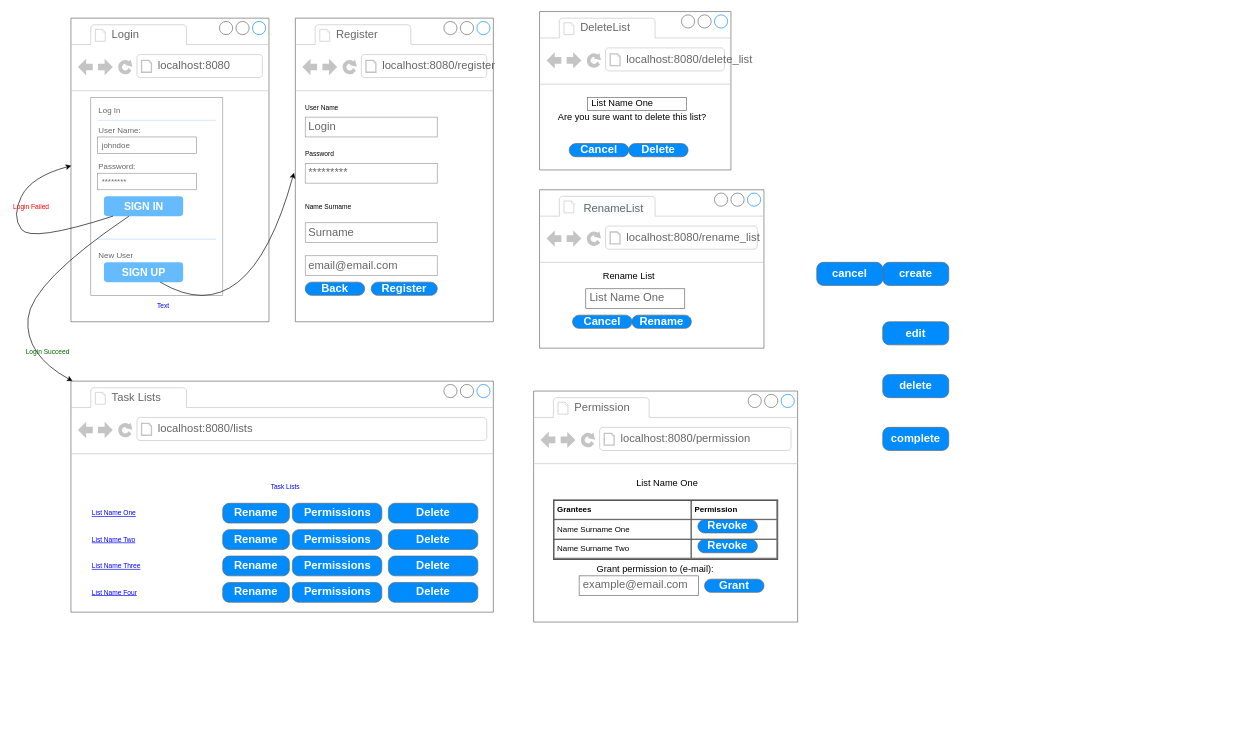
Earlier version of the draw.io diagram doAppScreens.drawio (irinakravcova/doApp). Source tidied: cells renumbered, new cells numbered last; positions are measured from the earlier drawing's top-left corner, leaving out a move shared by most shapes. Both pictures are drawn from the tidied source at 66%, with x=0, y=0 at pixel (11, 11).
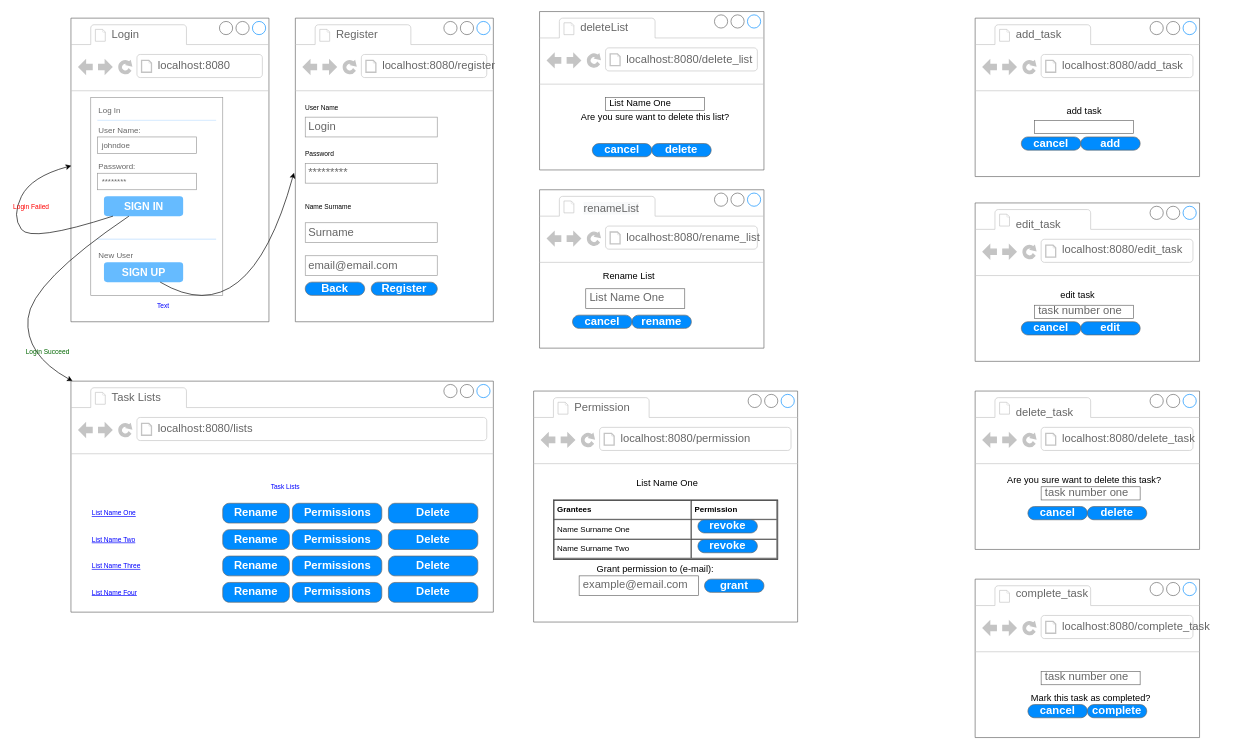
The same page after the edit.

Commit message:
Added more mockup forms: lists and tasks(options)

Unchanged cells that the change refers to:
```xml
<mxCell id="65" style="strokeWidth=1;shadow=0;dashed=0;align=center;html=1;shape=mxgraph.mockup.containers.browserWindow;rSize=0;strokeColor=#666666;strokeColor2=#008cff;strokeColor3=#c4c4c4;mainText=,;fontSize=14;" parent="1" vertex="1">
  <mxGeometry x="800" y="270" width="340" height="240" as="geometry" />
</mxCell>
<mxCell id="74" style="strokeWidth=1;shadow=0;dashed=0;align=center;html=1;shape=mxgraph.mockup.containers.browserWindow;rSize=0;strokeColor=#666666;strokeColor2=#008cff;strokeColor3=#c4c4c4;mainText=,;fontSize=14;" parent="1" vertex="1">
  <mxGeometry x="791" y="575" width="400" height="350" as="geometry" />
</mxCell>
```

Change to the diagram source:
```diff
@@
+    <mxCell id="89" style="strokeWidth=1;shadow=0;dashed=0;align=center;html=1;shape=mxgraph.mockup.containers.browserWindow;rSize=0;strokeColor=#666666;strokeColor2=#008cff;strokeColor3=#c4c4c4;mainText=,;fontSize=14;" parent="1" vertex="1">
+      <mxGeometry x="1460" y="860" width="340" height="240" as="geometry" />
+    </mxCell>
@@
     <mxCell id="57" style="strokeWidth=1;shadow=0;dashed=0;align=center;html=1;shape=mxgraph.mockup.containers.browserWindow;rSize=0;strokeColor=#666666;strokeColor2=#008cff;strokeColor3=#c4c4c4;mainText=,;fontSize=14;" parent="1" vertex="1">
-      <mxGeometry x="800" width="290" height="240" as="geometry" />
+      <mxGeometry x="800" width="340" height="240" as="geometry" />
     </mxCell>
-    <mxCell id="58" value="DeleteList" style="strokeWidth=1;shadow=0;dashed=0;align=center;html=1;shape=mxgraph.mockup.containers.anchor;fontSize=17;fontColor=#666666;align=left;" parent="57" vertex="1">
+    <mxCell id="58" value="deleteList" style="strokeWidth=1;shadow=0;dashed=0;align=center;html=1;shape=mxgraph.mockup.containers.anchor;fontSize=17;fontColor=#666666;align=left;" parent="57" vertex="1">
       <mxGeometry x="60" y="12" width="110" height="26" as="geometry" />
     </mxCell>
@@
     <mxCell id="60" style="group;" parent="57" vertex="1">
-      <mxGeometry x="35" y="150" width="225" height="70" as="geometry" />
+      <mxGeometry x="70" y="150" width="225" height="70" as="geometry" />
     </mxCell>
@@
-    <mxCell id="62" value="Cancel" style="strokeWidth=1;shadow=0;dashed=0;align=center;html=1;shape=mxgraph.mockup.buttons.button;strokeColor=#666666;fontColor=#ffffff;mainText=;buttonStyle=round;fontSize=17;fontStyle=1;fillColor=#008cff;whiteSpace=wrap;" parent="60" vertex="1">
+    <mxCell id="62" value="cancel" style="strokeWidth=1;shadow=0;dashed=0;align=center;html=1;shape=mxgraph.mockup.buttons.button;strokeColor=#666666;fontColor=#ffffff;mainText=;buttonStyle=round;fontSize=17;fontStyle=1;fillColor=#008cff;whiteSpace=wrap;" parent="60" vertex="1">
       <mxGeometry x="10" y="50" width="90" height="20" as="geometry" />
     </mxCell>
-    <mxCell id="63" value="Delete" style="strokeWidth=1;shadow=0;dashed=0;align=center;html=1;shape=mxgraph.mockup.buttons.button;strokeColor=#666666;fontColor=#ffffff;mainText=;buttonStyle=round;fontSize=17;fontStyle=1;fillColor=#008cff;whiteSpace=wrap;" parent="60" vertex="1">
+    <mxCell id="63" value="delete" style="strokeWidth=1;shadow=0;dashed=0;align=center;html=1;shape=mxgraph.mockup.buttons.button;strokeColor=#666666;fontColor=#ffffff;mainText=;buttonStyle=round;fontSize=17;fontStyle=1;fillColor=#008cff;whiteSpace=wrap;" parent="60" vertex="1">
       <mxGeometry x="100" y="50" width="90" height="20" as="geometry" />
     </mxCell>
     <mxCell id="64" value="&lt;span style=&quot;color: rgb(0 , 0 , 0) ; font-size: 14px ; text-align: center&quot;&gt;List Name One&lt;/span&gt;" style="strokeWidth=1;shadow=0;dashed=0;align=center;html=1;shape=mxgraph.mockup.text.textBox;fontColor=#666666;align=left;fontSize=17;spacingLeft=4;spacingTop=-3;strokeColor=#666666;mainText=;" parent="57" vertex="1">
-      <mxGeometry x="72.5" y="130" width="150" height="20" as="geometry" />
+      <mxGeometry x="100" y="130" width="150" height="20" as="geometry" />
     </mxCell>
@@
-    <mxCell id="68" style="group;" parent="65" vertex="1">
-      <mxGeometry x="50" y="120" width="180" height="90" as="geometry" />
-    </mxCell>
+    <mxCell id="73" value="&lt;span style=&quot;color: rgb(102 , 102 , 102) ; font-family: &amp;#34;helvetica&amp;#34; ; font-size: 17px ; font-style: normal ; font-weight: 400 ; letter-spacing: normal ; text-align: left ; text-indent: 0px ; text-transform: none ; word-spacing: 0px ; background-color: rgb(248 , 249 , 250) ; display: inline ; float: none&quot;&gt;renameList&lt;/span&gt;" style="text;whiteSpace=wrap;html=1;fontSize=14;" parent="65" vertex="1">
+      <mxGeometry x="65" y="12" width="100" height="30" as="geometry" />
+    </mxCell>
-    <mxCell id="69" value="Rename List" style="text;html=1;align=center;verticalAlign=middle;fillColor=none;strokeColor=none;rounded=0;fontSize=14;" parent="68" vertex="1">
-      <mxGeometry x="40" width="90" height="20" as="geometry" />
+    <mxCell id="69" value="Rename List" style="text;html=1;align=center;verticalAlign=middle;fillColor=none;strokeColor=none;rounded=0;fontSize=14;" parent="65" vertex="1">
+      <mxGeometry x="90" y="120" width="90" height="20" as="geometry" />
     </mxCell>
-    <mxCell id="70" value="Rename" style="strokeWidth=1;shadow=0;dashed=0;align=center;html=1;shape=mxgraph.mockup.buttons.button;strokeColor=#666666;fontColor=#ffffff;mainText=;buttonStyle=round;fontSize=17;fontStyle=1;fillColor=#008cff;whiteSpace=wrap;" parent="68" vertex="1">
-      <mxGeometry x="90" y="70" width="90" height="20" as="geometry" />
+    <mxCell id="70" value="rename" style="strokeWidth=1;shadow=0;dashed=0;align=center;html=1;shape=mxgraph.mockup.buttons.button;strokeColor=#666666;fontColor=#ffffff;mainText=;buttonStyle=round;fontSize=17;fontStyle=1;fillColor=#008cff;whiteSpace=wrap;" parent="65" vertex="1">
+      <mxGeometry x="140" y="190" width="90" height="20" as="geometry" />
     </mxCell>
-    <mxCell id="71" value="Cancel" style="strokeWidth=1;shadow=0;dashed=0;align=center;html=1;shape=mxgraph.mockup.buttons.button;strokeColor=#666666;fontColor=#ffffff;mainText=;buttonStyle=round;fontSize=17;fontStyle=1;fillColor=#008cff;whiteSpace=wrap;" parent="68" vertex="1">
-      <mxGeometry y="70" width="90" height="20" as="geometry" />
-    </mxCell>
-    <mxCell id="72" value="List Name One" style="strokeWidth=1;shadow=0;dashed=0;align=center;html=1;shape=mxgraph.mockup.text.textBox;fontColor=#666666;align=left;fontSize=17;spacingLeft=4;spacingTop=-3;strokeColor=#666666;mainText=;" parent="68" vertex="1">
-      <mxGeometry x="20" y="30" width="150" height="30" as="geometry" />
+    <mxCell id="72" value="List Name One" style="strokeWidth=1;shadow=0;dashed=0;align=center;html=1;shape=mxgraph.mockup.text.textBox;fontColor=#666666;align=left;fontSize=17;spacingLeft=4;spacingTop=-3;strokeColor=#666666;mainText=;" parent="65" vertex="1">
+      <mxGeometry x="70" y="150" width="150" height="30" as="geometry" />
     </mxCell>
-    <mxCell id="73" value="&lt;span style=&quot;color: rgb(102 , 102 , 102) ; font-family: &amp;#34;helvetica&amp;#34; ; font-size: 17px ; font-style: normal ; font-weight: 400 ; letter-spacing: normal ; text-align: left ; text-indent: 0px ; text-transform: none ; word-spacing: 0px ; background-color: rgb(248 , 249 , 250) ; display: inline ; float: none&quot;&gt;RenameList&lt;/span&gt;" style="text;whiteSpace=wrap;html=1;fontSize=14;" parent="65" vertex="1">
-      <mxGeometry x="65" y="12" width="100" height="30" as="geometry" />
-    </mxCell>
+    <mxCell id="90" value="cancel" style="strokeWidth=1;shadow=0;dashed=0;align=center;html=1;shape=mxgraph.mockup.buttons.button;strokeColor=#666666;fontColor=#ffffff;mainText=;buttonStyle=round;fontSize=17;fontStyle=1;fillColor=#008cff;whiteSpace=wrap;" parent="65" vertex="1">
+      <mxGeometry x="50" y="190" width="90" height="20" as="geometry" />
+    </mxCell>
@@
-    <mxCell id="78" value="Revoke" style="strokeWidth=1;shadow=0;dashed=0;align=center;html=1;shape=mxgraph.mockup.buttons.button;strokeColor=#666666;fontColor=#ffffff;mainText=;buttonStyle=round;fontSize=17;fontStyle=1;fillColor=#008cff;whiteSpace=wrap;" parent="74" vertex="1">
+    <mxCell id="78" value="revoke" style="strokeWidth=1;shadow=0;dashed=0;align=center;html=1;shape=mxgraph.mockup.buttons.button;strokeColor=#666666;fontColor=#ffffff;mainText=;buttonStyle=round;fontSize=17;fontStyle=1;fillColor=#008cff;whiteSpace=wrap;" parent="74" vertex="1">
       <mxGeometry x="249" y="195" width="90" height="20" as="geometry" />
     </mxCell>
-    <mxCell id="79" value="Revoke" style="strokeWidth=1;shadow=0;dashed=0;align=center;html=1;shape=mxgraph.mockup.buttons.button;strokeColor=#666666;fontColor=#ffffff;mainText=;buttonStyle=round;fontSize=17;fontStyle=1;fillColor=#008cff;whiteSpace=wrap;" parent="74" vertex="1">
+    <mxCell id="79" value="revoke" style="strokeWidth=1;shadow=0;dashed=0;align=center;html=1;shape=mxgraph.mockup.buttons.button;strokeColor=#666666;fontColor=#ffffff;mainText=;buttonStyle=round;fontSize=17;fontStyle=1;fillColor=#008cff;whiteSpace=wrap;" parent="74" vertex="1">
       <mxGeometry x="249" y="225" width="90" height="20" as="geometry" />
     </mxCell>
@@
-    <mxCell id="81" value="Grant" style="strokeWidth=1;shadow=0;dashed=0;align=center;html=1;shape=mxgraph.mockup.buttons.button;strokeColor=#666666;fontColor=#ffffff;mainText=;buttonStyle=round;fontSize=17;fontStyle=1;fillColor=#008cff;whiteSpace=wrap;" parent="74" vertex="1">
+    <mxCell id="81" value="grant" style="strokeWidth=1;shadow=0;dashed=0;align=center;html=1;shape=mxgraph.mockup.buttons.button;strokeColor=#666666;fontColor=#ffffff;mainText=;buttonStyle=round;fontSize=17;fontStyle=1;fillColor=#008cff;whiteSpace=wrap;" parent="74" vertex="1">
       <mxGeometry x="259" y="285" width="90" height="20" as="geometry" />
     </mxCell>
@@
-    <mxCell id="84" value="create" style="strokeWidth=1;shadow=0;dashed=0;align=center;html=1;shape=mxgraph.mockup.buttons.button;strokeColor=#666666;fontColor=#ffffff;mainText=;buttonStyle=round;fontSize=17;fontStyle=1;fillColor=#008cff;whiteSpace=wrap;" parent="1" vertex="1">
-      <mxGeometry x="1320" y="380" width="100" height="35" as="geometry" />
-    </mxCell>
+    <mxCell id="91" value="Mark this task as completed?" style="text;html=1;align=center;verticalAlign=middle;fillColor=none;strokeColor=none;rounded=0;fontSize=14;" parent="1" vertex="1">
+      <mxGeometry x="1535" y="1030" width="200" height="20" as="geometry" />
+    </mxCell>
+    <mxCell id="92" value="cancel" style="strokeWidth=1;shadow=0;dashed=0;align=center;html=1;shape=mxgraph.mockup.buttons.button;strokeColor=#666666;fontColor=#ffffff;mainText=;buttonStyle=round;fontSize=17;fontStyle=1;fillColor=#008cff;whiteSpace=wrap;" parent="1" vertex="1">
+      <mxGeometry x="1540" y="1050" width="90" height="20" as="geometry" />
+    </mxCell>
+    <mxCell id="87" value="complete" style="strokeWidth=1;shadow=0;dashed=0;align=center;html=1;shape=mxgraph.mockup.buttons.button;strokeColor=#666666;fontColor=#ffffff;mainText=;buttonStyle=round;fontSize=17;fontStyle=1;fillColor=#008cff;whiteSpace=wrap;" parent="1" vertex="1">
+      <mxGeometry x="1630" y="1050" width="90" height="20" as="geometry" />
+    </mxCell>
+    <mxCell id="93" style="strokeWidth=1;shadow=0;dashed=0;align=center;html=1;shape=mxgraph.mockup.containers.browserWindow;rSize=0;strokeColor=#666666;strokeColor2=#008cff;strokeColor3=#c4c4c4;mainText=,;fontSize=14;" parent="1" vertex="1">
+      <mxGeometry x="1460" y="10" width="340" height="240" as="geometry" />
+    </mxCell>
+    <mxCell id="94" value="add_task" style="strokeWidth=1;shadow=0;dashed=0;align=center;html=1;shape=mxgraph.mockup.containers.anchor;fontSize=17;fontColor=#666666;align=left;" parent="1" vertex="1">
+      <mxGeometry x="1520" y="22" width="110" height="26" as="geometry" />
+    </mxCell>
+    <mxCell id="95" value="localhost:8080/add_task" style="strokeWidth=1;shadow=0;dashed=0;align=center;html=1;shape=mxgraph.mockup.containers.anchor;rSize=0;fontSize=17;fontColor=#666666;align=left;" parent="1" vertex="1">
+      <mxGeometry x="1590" y="70" width="250" height="26" as="geometry" />
+    </mxCell>
+    <mxCell id="96" value="&lt;div style=&quot;text-align: center&quot;&gt;&lt;br&gt;&lt;/div&gt;" style="strokeWidth=1;shadow=0;dashed=0;align=center;html=1;shape=mxgraph.mockup.text.textBox;fontColor=#666666;align=left;fontSize=17;spacingLeft=4;spacingTop=-3;strokeColor=#666666;mainText=;" parent="1" vertex="1">
+      <mxGeometry x="1550" y="165" width="150" height="20" as="geometry" />
+    </mxCell>
+    <mxCell id="97" value="add task" style="text;html=1;align=center;verticalAlign=middle;fillColor=none;strokeColor=none;rounded=0;fontSize=14;" parent="1" vertex="1">
+      <mxGeometry x="1590" y="140" width="70" height="20" as="geometry" />
+    </mxCell>
+    <mxCell id="98" value="cancel" style="strokeWidth=1;shadow=0;dashed=0;align=center;html=1;shape=mxgraph.mockup.buttons.button;strokeColor=#666666;fontColor=#ffffff;mainText=;buttonStyle=round;fontSize=17;fontStyle=1;fillColor=#008cff;whiteSpace=wrap;" parent="1" vertex="1">
+      <mxGeometry x="1530" y="190" width="90" height="20" as="geometry" />
+    </mxCell>
+    <mxCell id="99" value="add" style="strokeWidth=1;shadow=0;dashed=0;align=center;html=1;shape=mxgraph.mockup.buttons.button;strokeColor=#666666;fontColor=#ffffff;mainText=;buttonStyle=round;fontSize=17;fontStyle=1;fillColor=#008cff;whiteSpace=wrap;" parent="1" vertex="1">
+      <mxGeometry x="1620" y="190" width="90" height="20" as="geometry" />
+    </mxCell>
+    <mxCell id="100" style="strokeWidth=1;shadow=0;dashed=0;align=center;html=1;shape=mxgraph.mockup.containers.browserWindow;rSize=0;strokeColor=#666666;strokeColor2=#008cff;strokeColor3=#c4c4c4;mainText=,;fontSize=14;" parent="1" vertex="1">
+      <mxGeometry x="1460" y="290" width="340" height="240" as="geometry" />
+    </mxCell>
+    <mxCell id="101" value="edit_task" style="strokeWidth=1;shadow=0;dashed=0;align=center;html=1;shape=mxgraph.mockup.containers.anchor;fontSize=17;fontColor=#666666;align=left;" parent="1" vertex="1">
+      <mxGeometry x="1520" y="310" width="110" height="26" as="geometry" />
+    </mxCell>
+    <mxCell id="102" value="localhost:8080/edit_task" style="strokeWidth=1;shadow=0;dashed=0;align=center;html=1;shape=mxgraph.mockup.containers.anchor;rSize=0;fontSize=17;fontColor=#666666;align=left;" parent="1" vertex="1">
+      <mxGeometry x="1590" y="349" width="250" height="26" as="geometry" />
+    </mxCell>
+    <mxCell id="103" value="&lt;div style=&quot;text-align: center&quot;&gt;task number one&lt;/div&gt;" style="strokeWidth=1;shadow=0;dashed=0;align=center;html=1;shape=mxgraph.mockup.text.textBox;fontColor=#666666;align=left;fontSize=17;spacingLeft=4;spacingTop=-3;strokeColor=#666666;mainText=;" parent="1" vertex="1">
+      <mxGeometry x="1550" y="445" width="150" height="20" as="geometry" />
+    </mxCell>
+    <mxCell id="104" value="edit task" style="text;html=1;align=center;verticalAlign=middle;fillColor=none;strokeColor=none;rounded=0;fontSize=14;" parent="1" vertex="1">
+      <mxGeometry x="1580" y="420" width="70" height="20" as="geometry" />
+    </mxCell>
+    <mxCell id="105" value="cancel" style="strokeWidth=1;shadow=0;dashed=0;align=center;html=1;shape=mxgraph.mockup.buttons.button;strokeColor=#666666;fontColor=#ffffff;mainText=;buttonStyle=round;fontSize=17;fontStyle=1;fillColor=#008cff;whiteSpace=wrap;" parent="1" vertex="1">
+      <mxGeometry x="1530" y="470" width="90" height="20" as="geometry" />
+    </mxCell>
     <mxCell id="85" value="edit" style="strokeWidth=1;shadow=0;dashed=0;align=center;html=1;shape=mxgraph.mockup.buttons.button;strokeColor=#666666;fontColor=#ffffff;mainText=;buttonStyle=round;fontSize=17;fontStyle=1;fillColor=#008cff;whiteSpace=wrap;" parent="1" vertex="1">
-      <mxGeometry x="1320" y="470" width="100" height="35" as="geometry" />
+      <mxGeometry x="1620" y="470" width="90" height="20" as="geometry" />
     </mxCell>
+    <mxCell id="106" style="strokeWidth=1;shadow=0;dashed=0;align=center;html=1;shape=mxgraph.mockup.containers.browserWindow;rSize=0;strokeColor=#666666;strokeColor2=#008cff;strokeColor3=#c4c4c4;mainText=,;fontSize=14;" parent="1" vertex="1">
+      <mxGeometry x="1460" y="575" width="340" height="240" as="geometry" />
+    </mxCell>
+    <mxCell id="107" value="delete_task" style="strokeWidth=1;shadow=0;dashed=0;align=center;html=1;shape=mxgraph.mockup.containers.anchor;fontSize=17;fontColor=#666666;align=left;" parent="1" vertex="1">
+      <mxGeometry x="1520" y="595" width="110" height="26" as="geometry" />
+    </mxCell>
+    <mxCell id="108" value="localhost:8080/delete_task" style="strokeWidth=1;shadow=0;dashed=0;align=center;html=1;shape=mxgraph.mockup.containers.anchor;rSize=0;fontSize=17;fontColor=#666666;align=left;" parent="1" vertex="1">
+      <mxGeometry x="1590" y="634" width="250" height="26" as="geometry" />
+    </mxCell>
+    <mxCell id="109" value="Are you sure want to delete this task?" style="text;html=1;align=center;verticalAlign=middle;fillColor=none;strokeColor=none;rounded=0;fontSize=14;" parent="1" vertex="1">
+      <mxGeometry x="1500" y="700" width="250" height="20" as="geometry" />
+    </mxCell>
+    <mxCell id="110" value="cancel" style="strokeWidth=1;shadow=0;dashed=0;align=center;html=1;shape=mxgraph.mockup.buttons.button;strokeColor=#666666;fontColor=#ffffff;mainText=;buttonStyle=round;fontSize=17;fontStyle=1;fillColor=#008cff;whiteSpace=wrap;" parent="1" vertex="1">
+      <mxGeometry x="1540" y="750" width="90" height="20" as="geometry" />
+    </mxCell>
     <mxCell id="86" value="delete" style="strokeWidth=1;shadow=0;dashed=0;align=center;html=1;shape=mxgraph.mockup.buttons.button;strokeColor=#666666;fontColor=#ffffff;mainText=;buttonStyle=round;fontSize=17;fontStyle=1;fillColor=#008cff;whiteSpace=wrap;" parent="1" vertex="1">
-      <mxGeometry x="1320" y="550" width="100" height="35" as="geometry" />
+      <mxGeometry x="1630" y="750" width="90" height="20" as="geometry" />
     </mxCell>
-    <mxCell id="87" value="complete" style="strokeWidth=1;shadow=0;dashed=0;align=center;html=1;shape=mxgraph.mockup.buttons.button;strokeColor=#666666;fontColor=#ffffff;mainText=;buttonStyle=round;fontSize=17;fontStyle=1;fillColor=#008cff;whiteSpace=wrap;" parent="1" vertex="1">
-      <mxGeometry x="1320" y="630" width="100" height="35" as="geometry" />
-    </mxCell>
-    <mxCell id="88" value="cancel" style="strokeWidth=1;shadow=0;dashed=0;align=center;html=1;shape=mxgraph.mockup.buttons.button;strokeColor=#666666;fontColor=#ffffff;mainText=;buttonStyle=round;fontSize=17;fontStyle=1;fillColor=#008cff;whiteSpace=wrap;" parent="1" vertex="1">
-      <mxGeometry x="1220" y="380" width="100" height="35" as="geometry" />
-    </mxCell>
+    <mxCell id="111" value="&lt;div style=&quot;text-align: center&quot;&gt;task number one&lt;/div&gt;" style="strokeWidth=1;shadow=0;dashed=0;align=center;html=1;shape=mxgraph.mockup.text.textBox;fontColor=#666666;align=left;fontSize=17;spacingLeft=4;spacingTop=-3;strokeColor=#666666;mainText=;" parent="1" vertex="1">
+      <mxGeometry x="1560" y="720" width="150" height="20" as="geometry" />
+    </mxCell>
+    <mxCell id="112" value="&lt;div style=&quot;text-align: center&quot;&gt;task number one&lt;/div&gt;" style="strokeWidth=1;shadow=0;dashed=0;align=center;html=1;shape=mxgraph.mockup.text.textBox;fontColor=#666666;align=left;fontSize=17;spacingLeft=4;spacingTop=-3;strokeColor=#666666;mainText=;" parent="1" vertex="1">
+      <mxGeometry x="1560" y="1000" width="150" height="20" as="geometry" />
+    </mxCell>
+    <mxCell id="113" value="complete_task" style="strokeWidth=1;shadow=0;dashed=0;align=center;html=1;shape=mxgraph.mockup.containers.anchor;fontSize=17;fontColor=#666666;align=left;" parent="1" vertex="1">
+      <mxGeometry x="1520" y="870" width="110" height="26" as="geometry" />
+    </mxCell>
+    <mxCell id="114" value="localhost:8080/complete_task" style="strokeWidth=1;shadow=0;dashed=0;align=center;html=1;shape=mxgraph.mockup.containers.anchor;rSize=0;fontSize=17;fontColor=#666666;align=left;" parent="1" vertex="1">
+      <mxGeometry x="1590" y="919" width="250" height="26" as="geometry" />
+    </mxCell>
```
